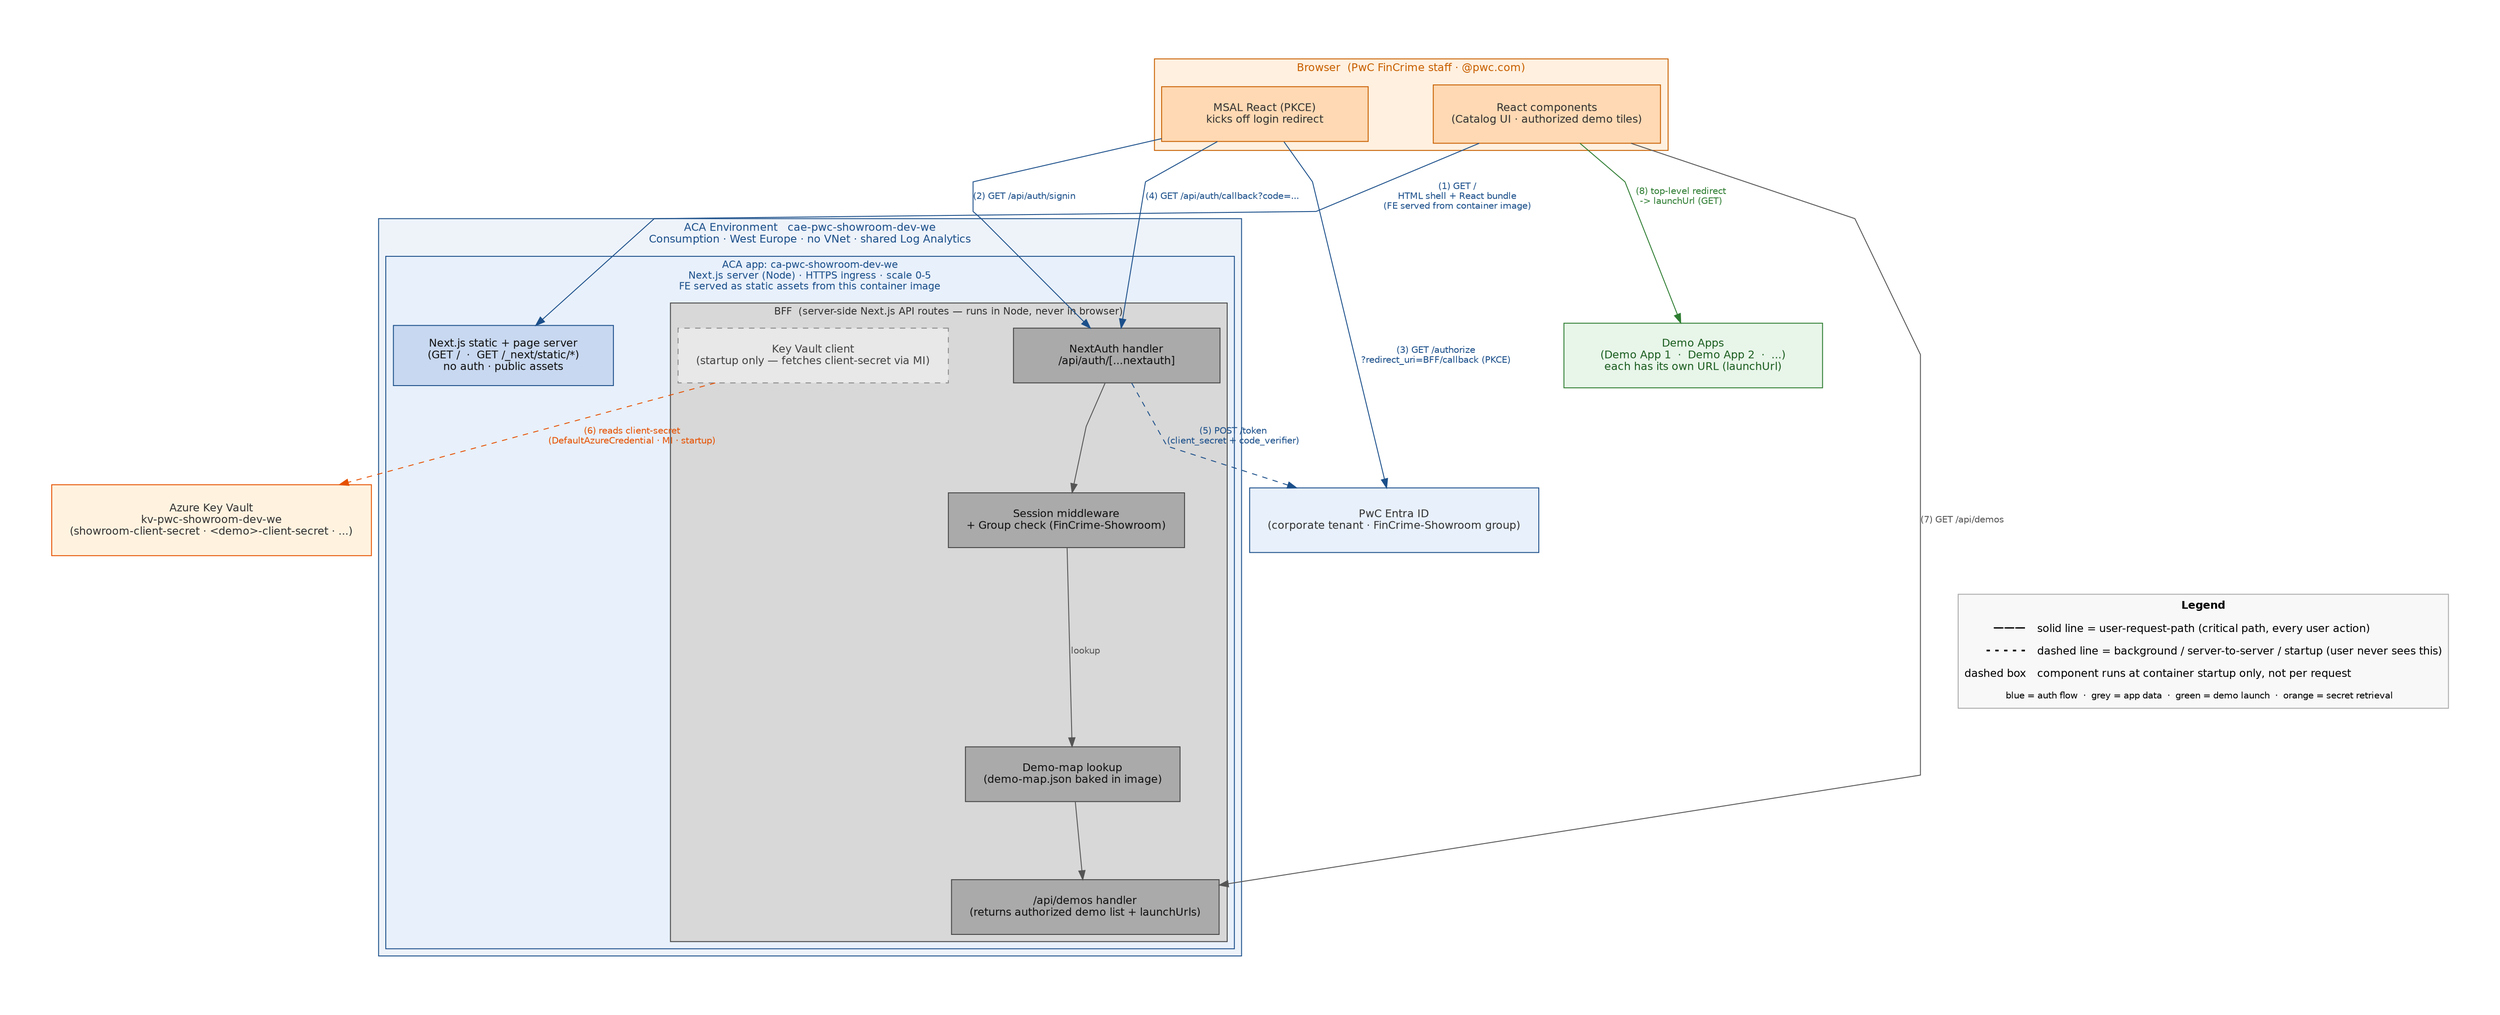
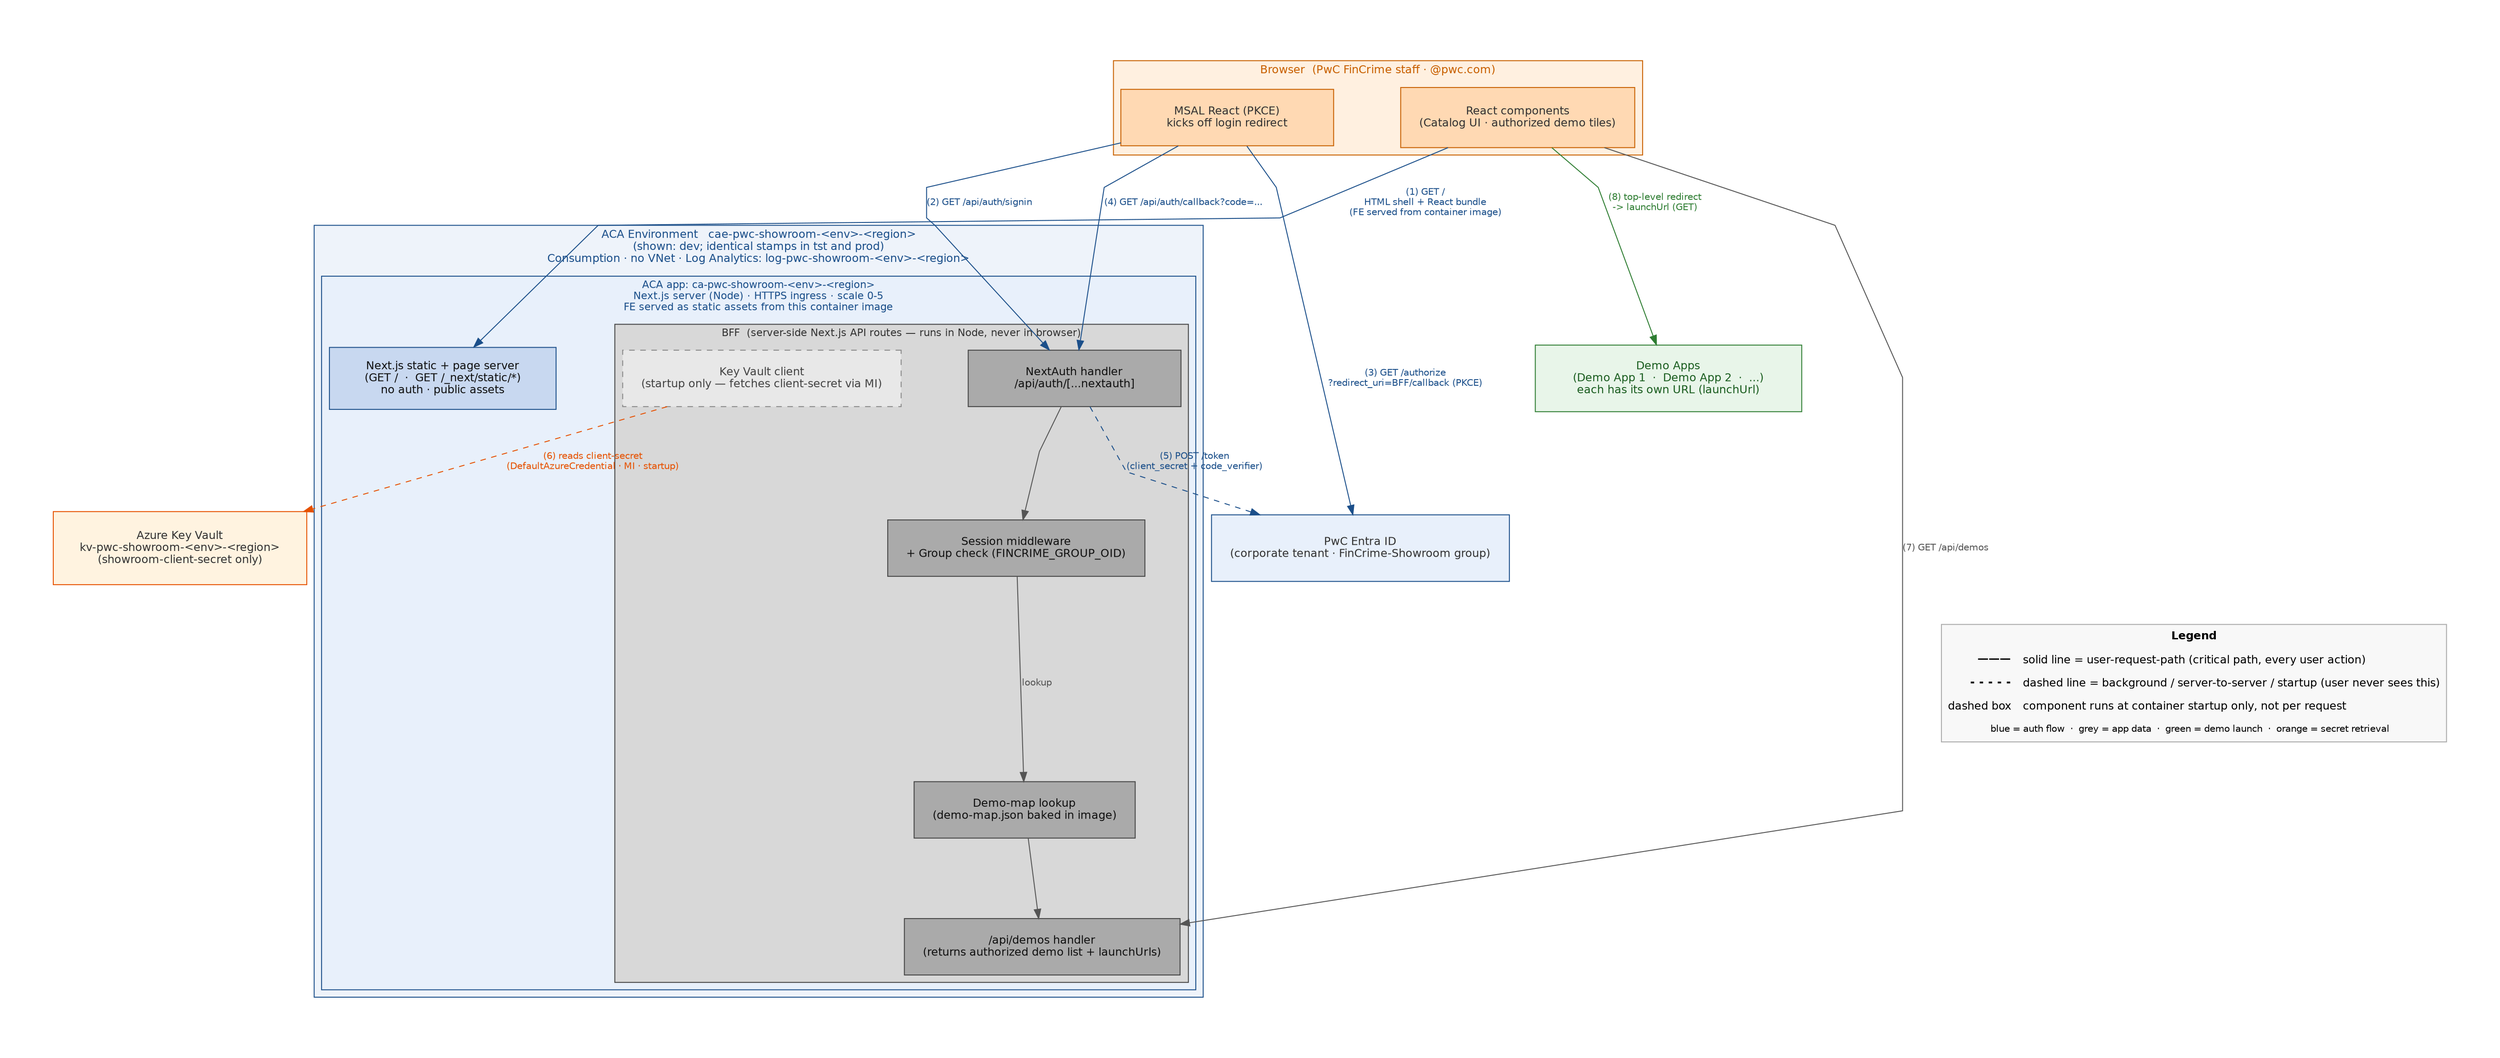
digraph phase1 {
  graph [
    rankdir=TB
    fontname="Helvetica"
    fontsize=14
    pad=0.8
    bgcolor="white"
    splines=polyline
    nodesep=1.0
    ranksep=1.2
  ]
  node [fontname="Helvetica" fontsize=12 style=filled shape=box margin="0.28,0.20"]
  edge [fontname="Helvetica" fontsize=10]

  // ── Browser cluster ──────────────────────────────────────────────────────
  subgraph cluster_browser {
    label="Browser  (PwC FinCrime staff · @pwc.com)"
    style=filled
    color="#C86000"
    fillcolor="#FFF0E0"
    fontsize=12
    fontcolor="#C86000"

    catalogUI [
      label="React components\n(Catalog UI · authorized demo tiles)"
      fillcolor="#FFD9B3" color="#C86000" fontcolor="#333333"
      width=3.4 height=0.90
    ]
    msalBrowser [
      label="MSAL React (PKCE)\nkicks off login redirect"
      fillcolor="#FFD9B3" color="#C86000" fontcolor="#333333"
      width=3.2 height=0.85
    ]
  }

  // ── PwC Entra ID ─────────────────────────────────────────────────────────
  entra [
    label="PwC Entra ID\n(corporate tenant · FinCrime-Showroom group)"
    fillcolor="#E8F0FB" color="#1B4F8A" fontcolor="#333333"
    width=4.2 height=1.0
  ]

  // ── ACA environment ───────────────────────────────────────────────────────
  subgraph cluster_acaenv {
-     label="ACA Environment   cae-pwc-showroom-dev-we\nConsumption · West Europe · no VNet · shared Log Analytics"
+     label="ACA Environment   cae-pwc-showroom-<env>-<region>\n(shown: dev; identical stamps in tst and prod)\nConsumption · no VNet · Log Analytics: log-pwc-showroom-<env>-<region>"
    style=filled
    color="#1B4F8A"
    fillcolor="#EEF3FA"
    fontsize=12
    fontcolor="#1B4F8A"

    // ── Showroom ACA app ─────────────────────────────────────────────────
    subgraph cluster_showroom {
-       label="ACA app: ca-pwc-showroom-dev-we\nNext.js server (Node) · HTTPS ingress · scale 0-5\nFE served as static assets from this container image"
+       label="ACA app: ca-pwc-showroom-<env>-<region>\nNext.js server (Node) · HTTPS ingress · scale 0-5\nFE served as static assets from this container image"
      style=filled
      color="#1B4F8A"
      fillcolor="#E8F0FB"
      fontsize=11
      fontcolor="#1B4F8A"

      // ── Static + page server (not the BFF) ───────────────────────────
      nextStatic [
        label="Next.js static + page server\n(GET /  ·  GET /_next/static/*)\nno auth · public assets"
        fillcolor="#C8D8F0" color="#1B4F8A" fontcolor="#111111"
        width=3.4 height=0.90
      ]

      // ── BFF sub-cluster ───────────────────────────────────────────────
      subgraph cluster_bff {
        label="BFF  (server-side Next.js API routes — runs in Node, never in browser)"
        style=filled
        color="#444444"
        fillcolor="#D8D8D8"
        fontsize=11
        fontcolor="#333333"

        authApi [
          label="NextAuth handler\n/api/auth/[...nextauth]"
          fillcolor="#AAAAAA" color="#444444" fontcolor="#111111"
          width=3.2 height=0.85
        ]
        groupChk [
-           label="Session middleware\n+ Group check (FinCrime-Showroom)"
+           label="Session middleware\n+ Group check (FINCRIME_GROUP_OID)"
          fillcolor="#AAAAAA" color="#444444" fontcolor="#111111"
          width=3.2 height=0.85
        ]
        demomap [
          label="Demo-map lookup\n(demo-map.json baked in image)"
          fillcolor="#AAAAAA" color="#444444" fontcolor="#111111"
          width=3.2 height=0.85
        ]
        demosApi [
          label="/api/demos handler\n(returns authorized demo list + launchUrls)"
          fillcolor="#AAAAAA" color="#444444" fontcolor="#111111"
          width=3.2 height=0.85
        ]
        kvClient [
          label="Key Vault client\n(startup only — fetches client-secret via MI)"
          fillcolor="#E8E8E8" color="#888888" fontcolor="#444444"
          style="filled,dashed"
          width=3.2 height=0.85
        ]

        // intra-BFF flow (solid — these are internal steps on every request)
        authApi  -> groupChk  [label=""       color="#555555"]
        groupChk -> demomap   [label="lookup" color="#555555" fontcolor="#555555"]
        demomap  -> demosApi  [label=""       color="#555555"]
      }
    }
  }

  // ── Key Vault ─────────────────────────────────────────────────────────────
  keyvault [
-     label="Azure Key Vault\nkv-pwc-showroom-dev-we\n(showroom-client-secret · <demo>-client-secret · ...)"
+     label="Azure Key Vault\nkv-pwc-showroom-<env>-<region>\n(showroom-client-secret only)"
    fillcolor="#FFF3E0" color="#E65100" fontcolor="#333333"
    width=3.8 height=1.1
  ]

  // ── Generic demo apps ────────────────────────────────────────────────────
  demoApps [
    label="Demo Apps\n(Demo App 1  ·  Demo App 2  ·  ...)\neach has its own URL (launchUrl)"
    fillcolor="#E8F5E9" color="#2E7D32" fontcolor="#1B5E20"
    width=4.0 height=1.0
  ]

  // ─────────────────────────────────────────────────────────────────────────
  // Arrows — request-initiated convention: initiator → responder
  //
  //   SOLID  = user-request-path: on the critical path of every user action
  //   DASHED = background / server-to-server / startup (user never sees this)
  // ─────────────────────────────────────────────────────────────────────────

  // (1) Browser fetches page + React bundle — solid (hot path, every page load)
  // Handled by Next.js static/page server, NOT the BFF (/api/* routes)
  catalogUI -> nextStatic [
    label="(1) GET /\nHTML shell + React bundle\n(FE served from container image)"
    color="#1B4F8A" fontcolor="#1B4F8A"
    style=solid
  ]

  // (2) Browser triggers login — solid (user-initiated)
  msalBrowser -> authApi [
    label="(2) GET /api/auth/signin"
    color="#1B4F8A" fontcolor="#1B4F8A"
    style=solid
  ]

  // (3) Browser → Entra authorize — solid (browser redirect, user sees it)
  msalBrowser -> entra [
    label="(3) GET /authorize\n?redirect_uri=BFF/callback (PKCE)"
    color="#1B4F8A" fontcolor="#1B4F8A"
    style=solid
  ]

  // (4) Browser delivers auth code to BFF callback — solid (browser redirect)
  msalBrowser -> authApi [
    label="(4) GET /api/auth/callback?code=..."
    color="#1B4F8A" fontcolor="#1B4F8A"
    style=solid
  ]

  // (5) BFF → Entra token exchange — dashed (server-to-server, user never sees it)
  authApi -> entra [
    label="(5) POST /token\n(client_secret + code_verifier)"
    color="#1B4F8A" fontcolor="#1B4F8A"
    style=dashed
  ]

  // (6) BFF → Key Vault at startup — dashed (once per container boot, not per request)
  kvClient -> keyvault [
    label="(6) reads client-secret\n(DefaultAzureCredential · MI · startup)"
    color="#E65100" fontcolor="#E65100"
    style=dashed
  ]

  // (7) Browser fetches authorized demo list — solid (user-visible tiles)
  catalogUI -> demosApi [
    label="(7) GET /api/demos"
    color="#555555" fontcolor="#555555"
    style=solid
  ]

  // (8) Browser launches demo — solid (user-visible navigation)
  catalogUI -> demoApps [
    label="(8) top-level redirect\n-> launchUrl (GET)"
    color="#2E7D32" fontcolor="#2E7D32"
    style=solid
  ]

  // ── Legend (single HTML-table node, pinned to bottom) ────────────────────
  legend [
    shape=none
    margin=0
    label=<
      <table border="1" cellborder="0" cellspacing="0" cellpadding="6"
             bgcolor="#F8F8F8" color="#AAAAAA">
        <tr><td colspan="2" align="center"><b>Legend</b></td></tr>
        <tr>
          <td align="right"><b>&#8212;&#8212;&#8212;</b></td>
          <td align="left">solid line = user-request-path (critical path, every user action)</td>
        </tr>
        <tr>
          <td align="right"><b>- - - - -</b></td>
          <td align="left">dashed line = background / server-to-server / startup (user never sees this)</td>
        </tr>
        <tr>
          <td align="right">dashed box</td>
          <td align="left">component runs at container startup only, not per request</td>
        </tr>
        <tr>
          <td colspan="2" align="left">
            <font point-size="10">blue = auth flow &#160;&#183;&#160; grey = app data &#160;&#183;&#160; green = demo launch &#160;&#183;&#160; orange = secret retrieval</font>
          </td>
        </tr>
      </table>
    >
  ]

  { rank=sink; legend }
}
